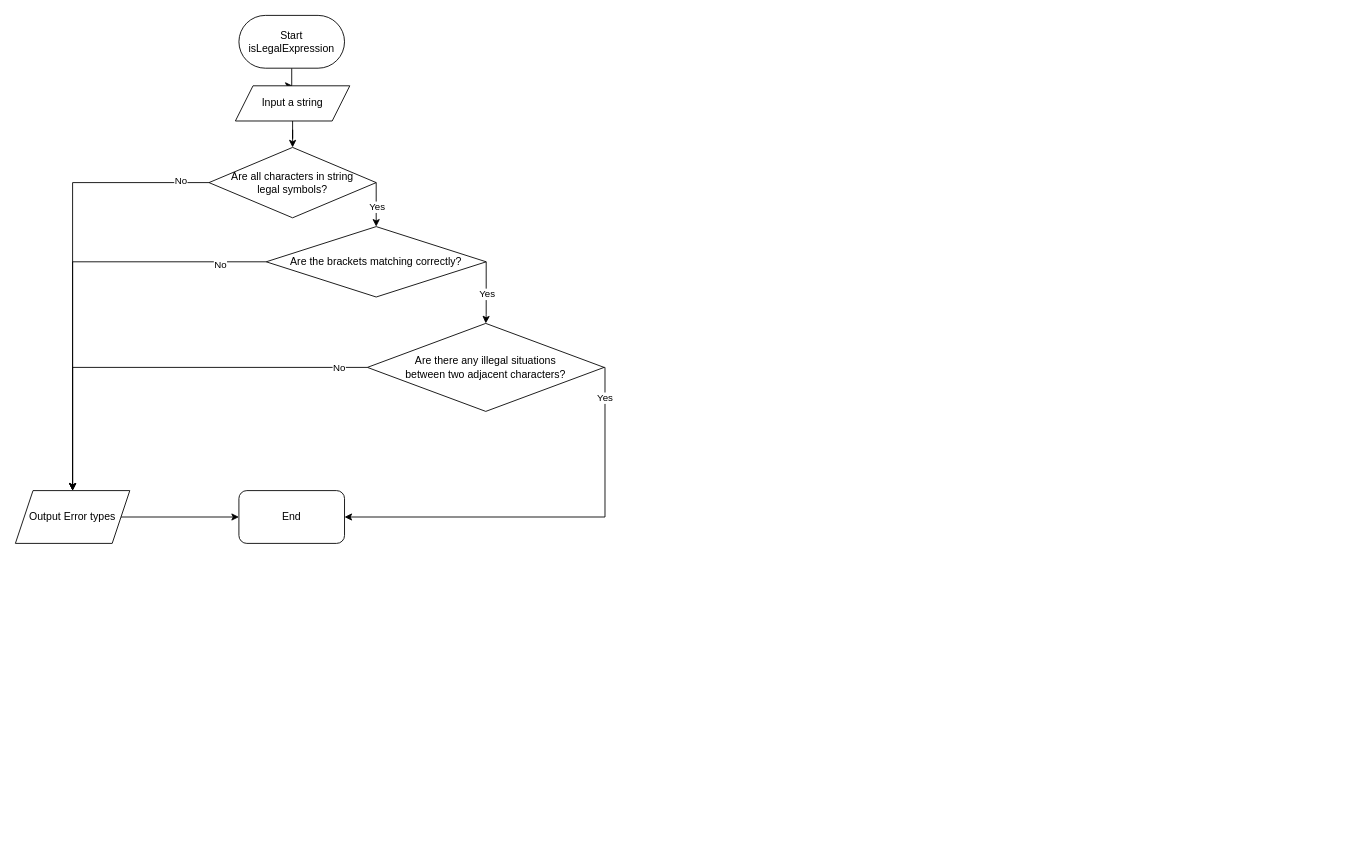
ja-errorpro/CYCS_DS keeps this draw.io diagram as DS1ex2_11127137/DS1ex2.drawio. Above is the earlier version. Source tidied: cells renumbered, new cells numbered last; positions are measured from the earlier drawing's top-left corner, leaving out a move shared by most shapes. Both pictures are drawn from the tidied source at 88%, with x=0, y=0 at pixel (15, 15).
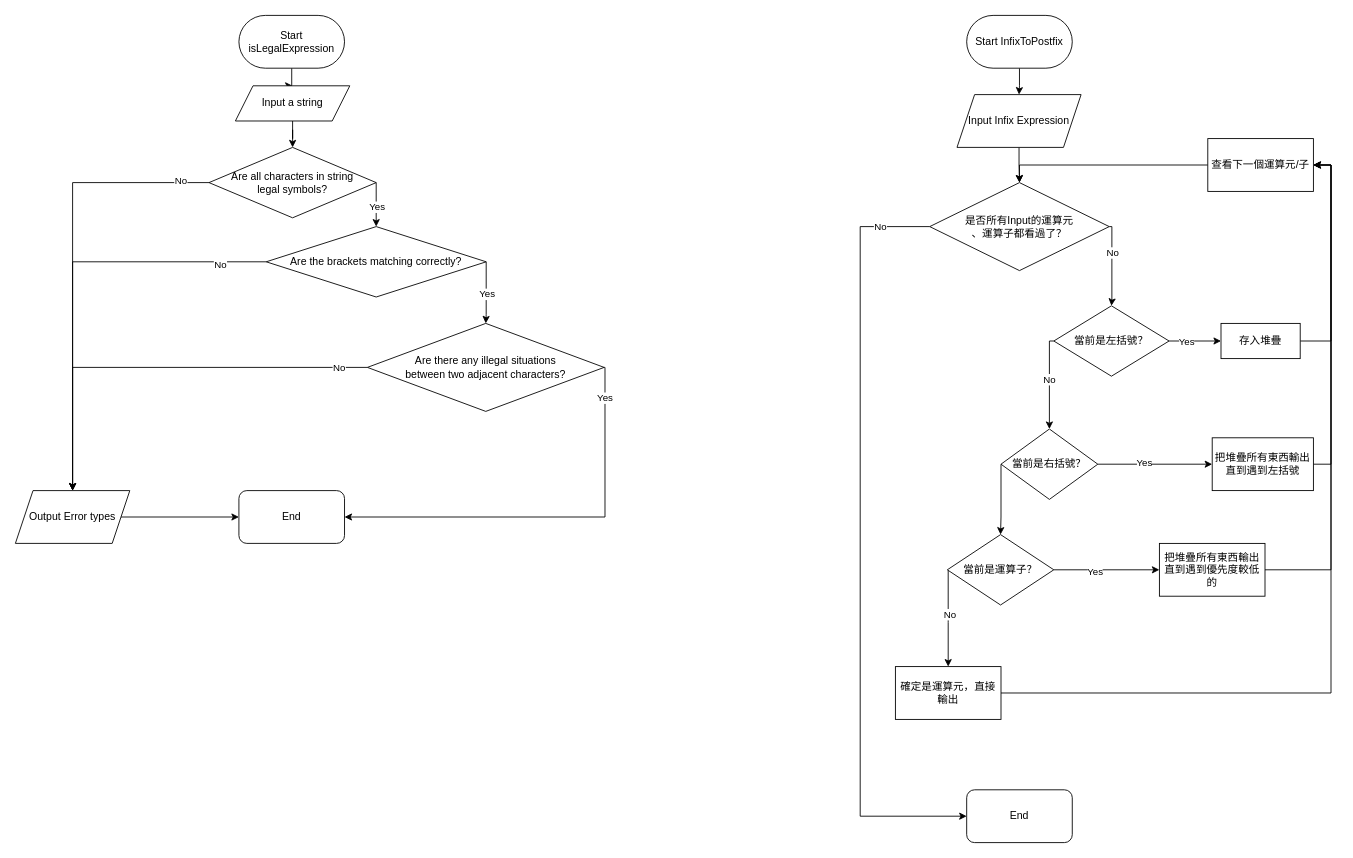
After the change.

Commit message (it also covers changes not shown here):
Add task 2 flow chart

What changed in the source:
```diff
@@
+    <mxCell id="24" style="edgeStyle=orthogonalEdgeStyle;rounded=0;jettySize=auto;html=1;entryX=0.5;entryY=0;entryDx=0;entryDy=0;" parent="1" edge="1" source="25" target="27">
+      <mxGeometry relative="1" as="geometry" />
+    </mxCell>
+    <mxCell id="25" value="Start&amp;nbsp;InfixToPostfix" style="rounded=1;whiteSpace=wrap;html=1;arcSize=50;" parent="1" vertex="1">
+      <mxGeometry x="1081" width="120" height="60" as="geometry" />
+    </mxCell>
+    <mxCell id="26" style="edgeStyle=orthogonalEdgeStyle;rounded=0;jettySize=auto;html=1;entryX=0.5;entryY=0;entryDx=0;entryDy=0;" parent="1" edge="1" source="27" target="32">
+      <mxGeometry relative="1" as="geometry" />
+    </mxCell>
+    <mxCell id="27" value="Input Infix Expression" style="shape=parallelogram;perimeter=parallelogramPerimeter;whiteSpace=wrap;html=1;fixedSize=1;" parent="1" vertex="1">
+      <mxGeometry x="1070" y="90" width="141" height="60" as="geometry" />
+    </mxCell>
+    <mxCell id="28" style="edgeStyle=orthogonalEdgeStyle;rounded=0;jettySize=auto;html=1;entryX=0.5;entryY=0;entryDx=0;entryDy=0;" parent="1" edge="1" source="32" target="37">
+      <mxGeometry relative="1" as="geometry">
+        <Array as="points">
+          <mxPoint x="1246" y="240" />
+          <mxPoint x="1246" y="325" />
+          <mxPoint x="1246" y="325" />
+        </Array>
+      </mxGeometry>
+    </mxCell>
+    <mxCell id="29" value="No" style="edgeLabel;html=1;align=center;verticalAlign=middle;" parent="28" vertex="1">
+      <mxGeometry x="-0.32" relative="1" as="geometry" />
+    </mxCell>
+    <mxCell id="30" style="edgeStyle=orthogonalEdgeStyle;rounded=0;jettySize=auto;html=1;entryX=0;entryY=0.5;entryDx=0;entryDy=0;" parent="1" edge="1" source="32" target="57">
+      <mxGeometry relative="1" as="geometry">
+        <Array as="points">
+          <mxPoint x="960" y="240" />
+          <mxPoint x="960" y="910" />
+        </Array>
+      </mxGeometry>
+    </mxCell>
+    <mxCell id="31" value="No" style="edgeLabel;html=1;align=center;verticalAlign=middle;" parent="30" vertex="1">
+      <mxGeometry x="-0.87" y="-1" relative="1" as="geometry" />
+    </mxCell>
+    <mxCell id="32" value="是否所有Input的運算元&lt;br&gt;、運算子都看過了？" style="rhombus;whiteSpace=wrap;html=1;" parent="1" vertex="1">
+      <mxGeometry x="1039" y="190" width="204" height="100" as="geometry" />
+    </mxCell>
+    <mxCell id="33" style="edgeStyle=orthogonalEdgeStyle;rounded=0;jettySize=auto;html=1;entryX=0;entryY=0.5;entryDx=0;entryDy=0;" parent="1" edge="1" source="37" target="41">
+      <mxGeometry relative="1" as="geometry" />
+    </mxCell>
+    <mxCell id="34" value="Yes" style="edgeLabel;html=1;align=center;verticalAlign=middle;" parent="33" vertex="1">
+      <mxGeometry x="-0.34" relative="1" as="geometry" />
+    </mxCell>
+    <mxCell id="35" style="edgeStyle=orthogonalEdgeStyle;rounded=0;jettySize=auto;html=1;entryX=0.5;entryY=0;entryDx=0;entryDy=0;" parent="1" edge="1" source="37" target="45">
+      <mxGeometry relative="1" as="geometry">
+        <Array as="points">
+          <mxPoint x="1175" y="370" />
+        </Array>
+      </mxGeometry>
+    </mxCell>
+    <mxCell id="36" value="No" style="edgeLabel;html=1;align=center;verticalAlign=middle;" parent="35" vertex="1">
+      <mxGeometry x="-0.09" y="-1" relative="1" as="geometry" />
+    </mxCell>
+    <mxCell id="37" value="當前是左括號？" style="rhombus;whiteSpace=wrap;html=1;" parent="1" vertex="1">
+      <mxGeometry x="1180" y="330" width="131" height="80" as="geometry" />
+    </mxCell>
+    <mxCell id="38" style="edgeStyle=orthogonalEdgeStyle;rounded=0;jettySize=auto;html=1;entryX=0.5;entryY=0;entryDx=0;entryDy=0;" parent="1" edge="1" source="39" target="32">
+      <mxGeometry relative="1" as="geometry" />
+    </mxCell>
+    <mxCell id="39" value="查看下一個運算元/子" style="rounded=0;whiteSpace=wrap;html=1;" parent="1" vertex="1">
+      <mxGeometry x="1355" y="140" width="120" height="60" as="geometry" />
+    </mxCell>
+    <mxCell id="40" style="edgeStyle=orthogonalEdgeStyle;rounded=0;jettySize=auto;html=1;entryX=1;entryY=0.5;entryDx=0;entryDy=0;" parent="1" edge="1" source="41" target="39">
+      <mxGeometry relative="1" as="geometry">
+        <Array as="points">
+          <mxPoint x="1495" y="370" />
+          <mxPoint x="1495" y="170" />
+        </Array>
+      </mxGeometry>
+    </mxCell>
+    <mxCell id="41" value="存入堆疊" style="rounded=0;whiteSpace=wrap;html=1;" parent="1" vertex="1">
+      <mxGeometry x="1370" y="350" width="90" height="40" as="geometry" />
+    </mxCell>
+    <mxCell id="42" style="edgeStyle=orthogonalEdgeStyle;rounded=0;jettySize=auto;html=1;entryX=0;entryY=0.5;entryDx=0;entryDy=0;" parent="1" edge="1" source="45" target="47">
+      <mxGeometry relative="1" as="geometry" />
+    </mxCell>
+    <mxCell id="43" value="Yes" style="edgeLabel;html=1;align=center;verticalAlign=middle;" parent="42" vertex="1">
+      <mxGeometry x="-0.2" y="3" relative="1" as="geometry" />
+    </mxCell>
+    <mxCell id="44" style="edgeStyle=orthogonalEdgeStyle;rounded=0;jettySize=auto;html=1;entryX=0.5;entryY=0;entryDx=0;entryDy=0;" parent="1" edge="1" source="45" target="52">
+      <mxGeometry relative="1" as="geometry">
+        <Array as="points">
+          <mxPoint x="1120" y="570" />
+          <mxPoint x="1120" y="570" />
+        </Array>
+      </mxGeometry>
+    </mxCell>
+    <mxCell id="45" value="當前是右括號？" style="rhombus;whiteSpace=wrap;html=1;" parent="1" vertex="1">
+      <mxGeometry x="1120" y="470" width="110" height="80" as="geometry" />
+    </mxCell>
+    <mxCell id="46" style="edgeStyle=orthogonalEdgeStyle;rounded=0;jettySize=auto;html=1;entryX=1;entryY=0.5;entryDx=0;entryDy=0;" parent="1" edge="1" source="47" target="39">
+      <mxGeometry relative="1" as="geometry">
+        <Array as="points">
+          <mxPoint x="1495" y="510" />
+          <mxPoint x="1495" y="170" />
+        </Array>
+      </mxGeometry>
+    </mxCell>
+    <mxCell id="47" value="把堆疊所有東西輸出&lt;br&gt;直到遇到左括號" style="rounded=0;whiteSpace=wrap;html=1;" parent="1" vertex="1">
+      <mxGeometry x="1360" y="480" width="115" height="60" as="geometry" />
+    </mxCell>
+    <mxCell id="48" style="edgeStyle=orthogonalEdgeStyle;rounded=0;jettySize=auto;html=1;entryX=0;entryY=0.5;entryDx=0;entryDy=0;" parent="1" edge="1" source="52" target="54">
+      <mxGeometry relative="1" as="geometry" />
+    </mxCell>
+    <mxCell id="49" value="Yes" style="edgeLabel;html=1;align=center;verticalAlign=middle;" parent="48" vertex="1">
+      <mxGeometry x="-0.24" y="-1" relative="1" as="geometry" />
+    </mxCell>
+    <mxCell id="50" style="edgeStyle=orthogonalEdgeStyle;rounded=0;jettySize=auto;html=1;entryX=0.5;entryY=0;entryDx=0;entryDy=0;" parent="1" edge="1" source="52" target="56">
+      <mxGeometry relative="1" as="geometry">
+        <Array as="points">
+          <mxPoint x="1060" y="690" />
+          <mxPoint x="1060" y="690" />
+        </Array>
+      </mxGeometry>
+    </mxCell>
+    <mxCell id="51" value="No" style="edgeLabel;html=1;align=center;verticalAlign=middle;" parent="50" vertex="1">
+      <mxGeometry x="-0.08" y="1" relative="1" as="geometry" />
+    </mxCell>
+    <mxCell id="52" value="當前是運算子？" style="rhombus;whiteSpace=wrap;html=1;" parent="1" vertex="1">
+      <mxGeometry x="1059" y="590" width="121" height="80" as="geometry" />
+    </mxCell>
+    <mxCell id="53" style="edgeStyle=orthogonalEdgeStyle;rounded=0;jettySize=auto;html=1;entryX=1;entryY=0.5;entryDx=0;entryDy=0;" parent="1" edge="1" source="54" target="39">
+      <mxGeometry relative="1" as="geometry">
+        <Array as="points">
+          <mxPoint x="1495" y="630" />
+          <mxPoint x="1495" y="170" />
+        </Array>
+      </mxGeometry>
+    </mxCell>
+    <mxCell id="54" value="把堆疊所有東西輸出直到遇到優先度較低的" style="rounded=0;whiteSpace=wrap;html=1;" parent="1" vertex="1">
+      <mxGeometry x="1300" y="600" width="120" height="60" as="geometry" />
+    </mxCell>
+    <mxCell id="55" style="edgeStyle=orthogonalEdgeStyle;rounded=0;jettySize=auto;html=1;entryX=1;entryY=0.5;entryDx=0;entryDy=0;" parent="1" edge="1" source="56" target="39">
+      <mxGeometry relative="1" as="geometry" />
+    </mxCell>
+    <mxCell id="56" value="確定是運算元，直接輸出" style="rounded=0;whiteSpace=wrap;html=1;" parent="1" vertex="1">
+      <mxGeometry x="1000" y="740" width="120" height="60" as="geometry" />
+    </mxCell>
+    <mxCell id="57" value="End" style="rounded=1;whiteSpace=wrap;html=1;" parent="1" vertex="1">
+      <mxGeometry x="1081" y="880" width="120" height="60" as="geometry" />
+    </mxCell>
```
